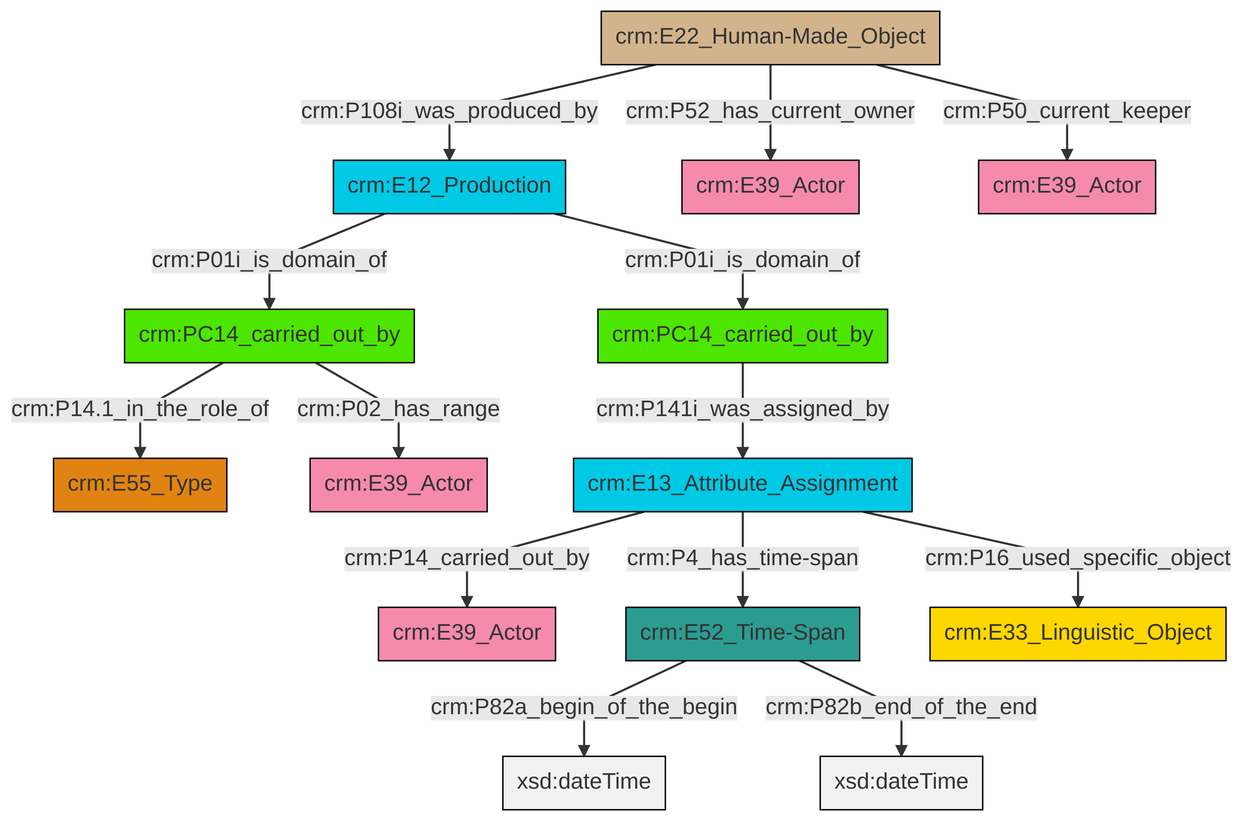
Before: et/carrierCSV/ttl/mmd/png/carrier_relations.png, a diagram exported from Mermaid (swiss-art-research-net/docs.swissartresearch). Its source is kept beside it as et/carrierCSV/ttl/mmd/carrier_relations.ttl.mmd.
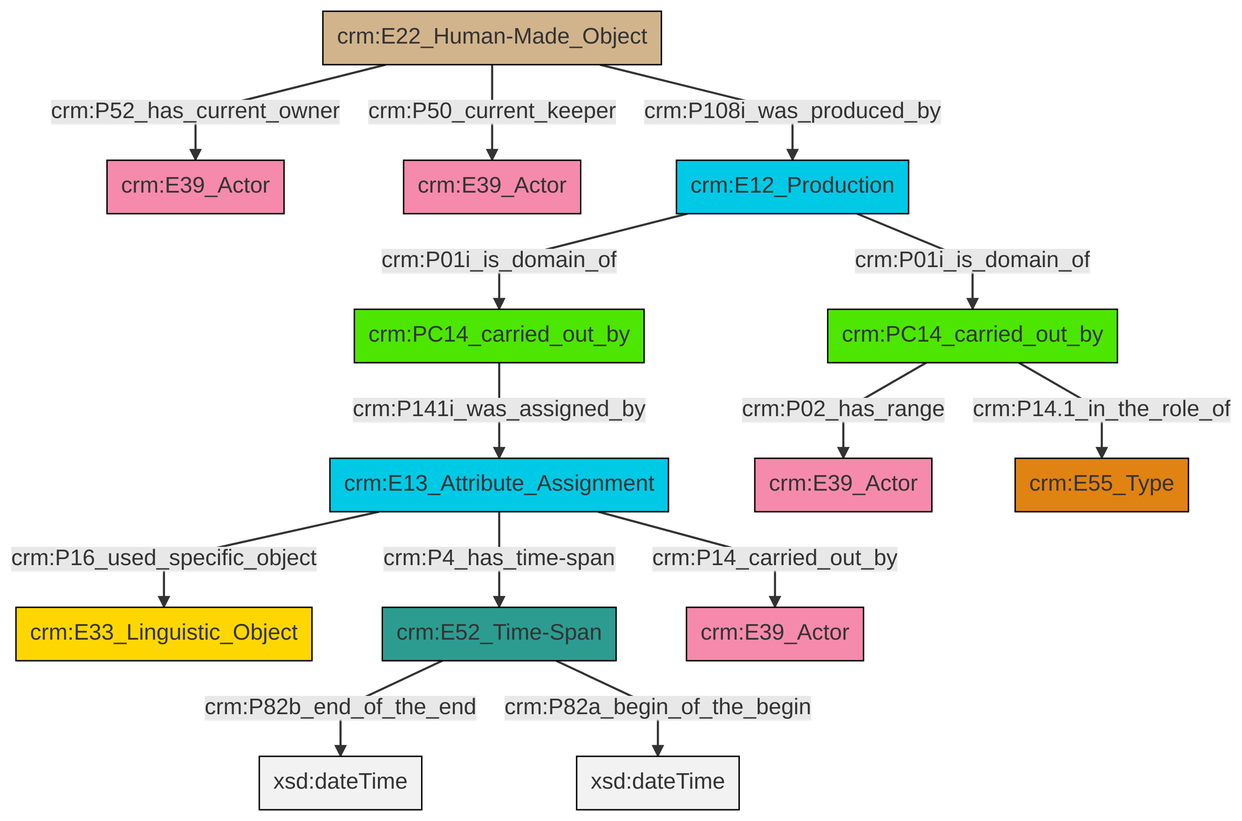
After the commit.

What changed in the source:
```diff
@@ -13,16 +13,16 @@
 classDef PC_Classes fill:#4ce600, stroke:#000000;
 classDef Multi fill:#cccccc,stroke:#000000;
 
-0["crm:E22_Human-Made_Object"]:::Physical_Thing -->|crm:P108i_was_produced_by| 1["crm:E12_Production"]:::Temporal_Entity
-0["crm:E22_Human-Made_Object"]:::Physical_Thing -->|crm:P52_has_current_owner| 2["crm:E39_Actor"]:::Actor
-3["crm:E52_Time-Span"]:::Time-Span -->|crm:P82a_begin_of_the_begin| 4[xsd:dateTime]:::Literal
-5["crm:PC14_carried_out_by"]:::PC_Classes -->|crm:P14.1_in_the_role_of| 6["crm:E55_Type"]:::Type
-10["crm:PC14_carried_out_by"]:::PC_Classes -->|crm:P141i_was_assigned_by| 11["crm:E13_Attribute_Assignment"]:::Temporal_Entity
-1["crm:E12_Production"]:::Temporal_Entity -->|crm:P01i_is_domain_of| 5["crm:PC14_carried_out_by"]:::PC_Classes
-11["crm:E13_Attribute_Assignment"]:::Temporal_Entity -->|crm:P14_carried_out_by| 13["crm:E39_Actor"]:::Actor
-3["crm:E52_Time-Span"]:::Time-Span -->|crm:P82b_end_of_the_end| 15[xsd:dateTime]:::Literal
-0["crm:E22_Human-Made_Object"]:::Physical_Thing -->|crm:P50_current_keeper| 19["crm:E39_Actor"]:::Actor
-11["crm:E13_Attribute_Assignment"]:::Temporal_Entity -->|crm:P4_has_time-span| 3["crm:E52_Time-Span"]:::Time-Span
-5["crm:PC14_carried_out_by"]:::PC_Classes -->|crm:P02_has_range| 22["crm:E39_Actor"]:::Actor
-1["crm:E12_Production"]:::Temporal_Entity -->|crm:P01i_is_domain_of| 10["crm:PC14_carried_out_by"]:::PC_Classes
-11["crm:E13_Attribute_Assignment"]:::Temporal_Entity -->|crm:P16_used_specific_object| 7["crm:E33_Linguistic_Object"]:::Conceptual_Object
+0["crm:E13_Attribute_Assignment"]:::Temporal_Entity -->|crm:P16_used_specific_object| 1["crm:E33_Linguistic_Object"]:::Conceptual_Object
+4["crm:PC14_carried_out_by"]:::PC_Classes -->|crm:P02_has_range| 5["crm:E39_Actor"]:::Actor
+4["crm:PC14_carried_out_by"]:::PC_Classes -->|crm:P14.1_in_the_role_of| 6["crm:E55_Type"]:::Type
+8["crm:E22_Human-Made_Object"]:::Physical_Thing -->|crm:P50_current_keeper| 9["crm:E39_Actor"]:::Actor
+10["crm:E12_Production"]:::Temporal_Entity -->|crm:P01i_is_domain_of| 11["crm:PC14_carried_out_by"]:::PC_Classes
+10["crm:E12_Production"]:::Temporal_Entity -->|crm:P01i_is_domain_of| 4["crm:PC14_carried_out_by"]:::PC_Classes
+8["crm:E22_Human-Made_Object"]:::Physical_Thing -->|crm:P52_has_current_owner| 2["crm:E39_Actor"]:::Actor
+0["crm:E13_Attribute_Assignment"]:::Temporal_Entity -->|crm:P4_has_time-span| 12["crm:E52_Time-Span"]:::Time-Span
+11["crm:PC14_carried_out_by"]:::PC_Classes -->|crm:P141i_was_assigned_by| 0["crm:E13_Attribute_Assignment"]:::Temporal_Entity
+8["crm:E22_Human-Made_Object"]:::Physical_Thing -->|crm:P108i_was_produced_by| 10["crm:E12_Production"]:::Temporal_Entity
+12["crm:E52_Time-Span"]:::Time-Span -->|crm:P82b_end_of_the_end| 21[xsd:dateTime]:::Literal
+0["crm:E13_Attribute_Assignment"]:::Temporal_Entity -->|crm:P14_carried_out_by| 13["crm:E39_Actor"]:::Actor
+12["crm:E52_Time-Span"]:::Time-Span -->|crm:P82a_begin_of_the_begin| 22[xsd:dateTime]:::Literal
```
